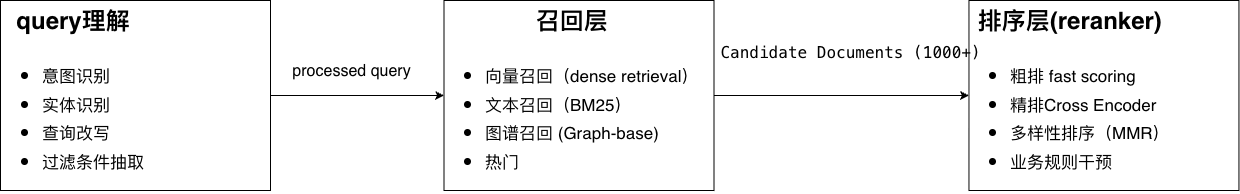
The draw.io diagram ai/搜索/search-flow.png in heteddy/summary, before a commit. Source tidied: cells renumbered, new cells last; positions are measured from the earlier drawing's top-left corner, leaving out a move shared by most shapes.
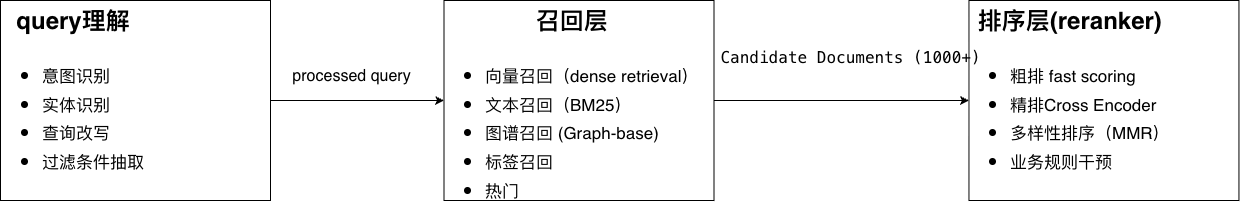
Above is the later version.

Diff of the diagram source:
```diff
@@ -11,7 +11,7 @@
       </mxGeometry>
     </mxCell>
     <mxCell id="4" value="&lt;h1 style=&quot;text-align: center; margin-top: 0px;&quot;&gt;query理解&lt;/h1&gt;&lt;h1 style=&quot;margin-top: 0px;&quot;&gt;&lt;ul&gt;&lt;li&gt;&lt;span style=&quot;font-size: 17px; background-color: transparent; color: light-dark(rgb(0, 0, 0), rgb(255, 255, 255)); font-weight: normal;&quot;&gt;意图识别&lt;/span&gt;&lt;/li&gt;&lt;li&gt;&lt;span style=&quot;background-color: transparent; color: light-dark(rgb(0, 0, 0), rgb(255, 255, 255)); font-size: 17px; font-weight: normal;&quot;&gt;实体识别&lt;/span&gt;&lt;/li&gt;&lt;li&gt;&lt;span style=&quot;background-color: transparent; color: light-dark(rgb(0, 0, 0), rgb(255, 255, 255)); font-size: 17px; font-weight: normal;&quot;&gt;查询改写&lt;/span&gt;&lt;/li&gt;&lt;li&gt;&lt;span style=&quot;background-color: transparent; color: light-dark(rgb(0, 0, 0), rgb(255, 255, 255)); font-size: 17px; font-weight: normal;&quot;&gt;过滤条件抽取&lt;/span&gt;&lt;/li&gt;&lt;/ul&gt;&lt;/h1&gt;&lt;div&gt;&lt;span style=&quot;font-size: 17px; background-color: transparent; color: light-dark(rgb(0, 0, 0), rgb(255, 255, 255)); font-weight: normal;&quot;&gt;&lt;br&gt;&lt;/span&gt;&lt;/div&gt;&lt;p style=&quot;&quot;&gt;&lt;br&gt;&lt;/p&gt;" style="text;html=1;whiteSpace=wrap;overflow=hidden;rounded=0;strokeColor=default;align=left;" parent="1" vertex="1">
-      <mxGeometry width="270" height="190" as="geometry" />
+      <mxGeometry width="270" height="200" as="geometry" />
     </mxCell>
     <mxCell id="5" style="edgeStyle=orthogonalEdgeStyle;rounded=0;jettySize=auto;html=1;" parent="1" edge="1" source="7" target="8">
       <mxGeometry relative="1" as="geometry" />
@@ -21,11 +21,11 @@
         <mxPoint x="48" y="-37" as="offset" />
       </mxGeometry>
     </mxCell>
-    <mxCell id="7" value="&lt;h1 style=&quot;text-align: center; margin-top: 0px;&quot;&gt;召回层&lt;/h1&gt;&lt;h1 style=&quot;margin-top: 0px;&quot;&gt;&lt;ul&gt;&lt;li&gt;&lt;span style=&quot;font-size: 17px; font-weight: 400;&quot;&gt;向量召回（dense retrieval）&lt;/span&gt;&lt;/li&gt;&lt;li&gt;&lt;span style=&quot;font-size: 17px; font-weight: 400;&quot;&gt;文本召回（BM25）&lt;/span&gt;&lt;/li&gt;&lt;li&gt;&lt;span style=&quot;font-size: 17px; font-weight: 400;&quot;&gt;图谱召回 (Graph-base)&lt;/span&gt;&lt;/li&gt;&lt;li&gt;&lt;span style=&quot;font-size: 17px; font-weight: 400;&quot;&gt;热门&lt;/span&gt;&lt;/li&gt;&lt;/ul&gt;&lt;/h1&gt;&lt;div&gt;&lt;span style=&quot;font-size: 17px; background-color: transparent; color: light-dark(rgb(0, 0, 0), rgb(255, 255, 255)); font-weight: normal;&quot;&gt;&lt;br&gt;&lt;/span&gt;&lt;/div&gt;&lt;p style=&quot;&quot;&gt;&lt;br&gt;&lt;/p&gt;" style="text;html=1;whiteSpace=wrap;overflow=hidden;rounded=0;strokeColor=default;align=left;" parent="1" vertex="1">
-      <mxGeometry x="443.5" width="270" height="190" as="geometry" />
+    <mxCell id="7" value="&lt;h1 style=&quot;text-align: center; margin-top: 0px;&quot;&gt;召回层&lt;/h1&gt;&lt;h1 style=&quot;margin-top: 0px;&quot;&gt;&lt;ul&gt;&lt;li&gt;&lt;span style=&quot;font-size: 17px; font-weight: 400;&quot;&gt;向量召回（dense retrieval）&lt;/span&gt;&lt;/li&gt;&lt;li&gt;&lt;span style=&quot;font-size: 17px; font-weight: 400;&quot;&gt;文本召回（BM25）&lt;/span&gt;&lt;/li&gt;&lt;li&gt;&lt;span style=&quot;font-size: 17px; font-weight: 400;&quot;&gt;图谱召回 (Graph-base)&lt;/span&gt;&lt;/li&gt;&lt;li&gt;&lt;span style=&quot;font-size: 17px; font-weight: 400;&quot;&gt;标签召回&lt;/span&gt;&lt;/li&gt;&lt;li&gt;&lt;span style=&quot;font-size: 17px; font-weight: 400;&quot;&gt;热门&lt;/span&gt;&lt;/li&gt;&lt;/ul&gt;&lt;/h1&gt;&lt;div&gt;&lt;span style=&quot;font-size: 17px; background-color: transparent; color: light-dark(rgb(0, 0, 0), rgb(255, 255, 255)); font-weight: normal;&quot;&gt;&lt;br&gt;&lt;/span&gt;&lt;/div&gt;&lt;p style=&quot;&quot;&gt;&lt;br&gt;&lt;/p&gt;" style="text;html=1;whiteSpace=wrap;overflow=hidden;rounded=0;strokeColor=default;align=left;" parent="1" vertex="1">
+      <mxGeometry x="443.5" width="270" height="200" as="geometry" />
     </mxCell>
     <mxCell id="8" value="&lt;h1 style=&quot;text-align: center; margin-top: 0px;&quot;&gt;排序层(reranker)&lt;/h1&gt;&lt;h1 style=&quot;margin-top: 0px;&quot;&gt;&lt;ul&gt;&lt;li&gt;&lt;span style=&quot;font-size: 17px; font-weight: 400;&quot;&gt;粗排 fast scoring&lt;/span&gt;&lt;/li&gt;&lt;li&gt;&lt;span style=&quot;font-size: 17px; font-weight: 400;&quot;&gt;精排Cross Encoder&lt;/span&gt;&lt;/li&gt;&lt;li&gt;&lt;span style=&quot;font-size: 17px; font-weight: 400;&quot;&gt;多样性排序（MMR）&lt;/span&gt;&lt;/li&gt;&lt;li&gt;&lt;span style=&quot;font-size: 17px; font-weight: 400;&quot;&gt;业务规则干预&lt;/span&gt;&lt;/li&gt;&lt;/ul&gt;&lt;/h1&gt;&lt;div&gt;&lt;span style=&quot;font-size: 17px; background-color: transparent; color: light-dark(rgb(0, 0, 0), rgb(255, 255, 255)); font-weight: normal;&quot;&gt;&lt;br&gt;&lt;/span&gt;&lt;/div&gt;&lt;p style=&quot;&quot;&gt;&lt;br&gt;&lt;/p&gt;" style="text;html=1;whiteSpace=wrap;overflow=hidden;rounded=0;strokeColor=default;align=left;" parent="1" vertex="1">
-      <mxGeometry x="968.5" width="270" height="190" as="geometry" />
+      <mxGeometry x="968.5" width="270" height="200" as="geometry" />
     </mxCell>
   </root>
 </mxGraphModel>
```
